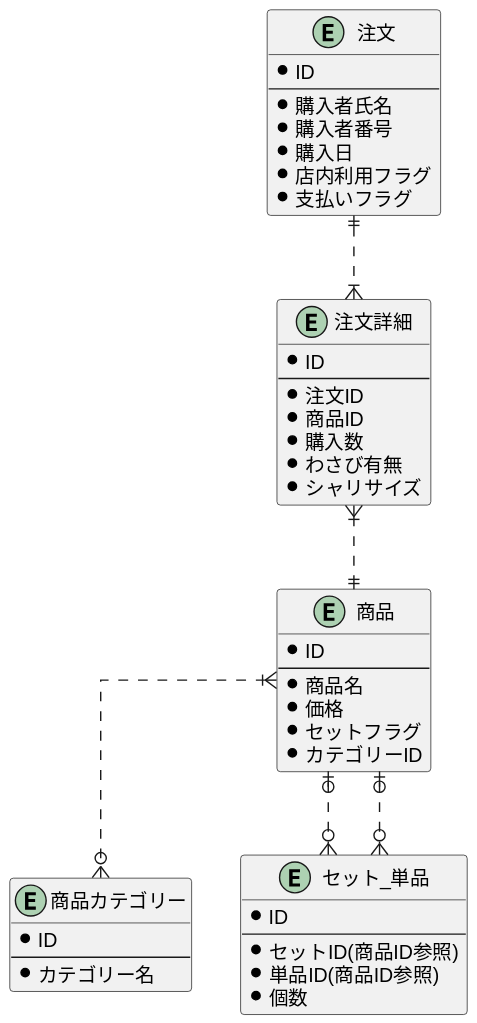
Before: DB/01/ER.svg, a diagram exported from PlantUML (yudai64/PrAha-Challenge).
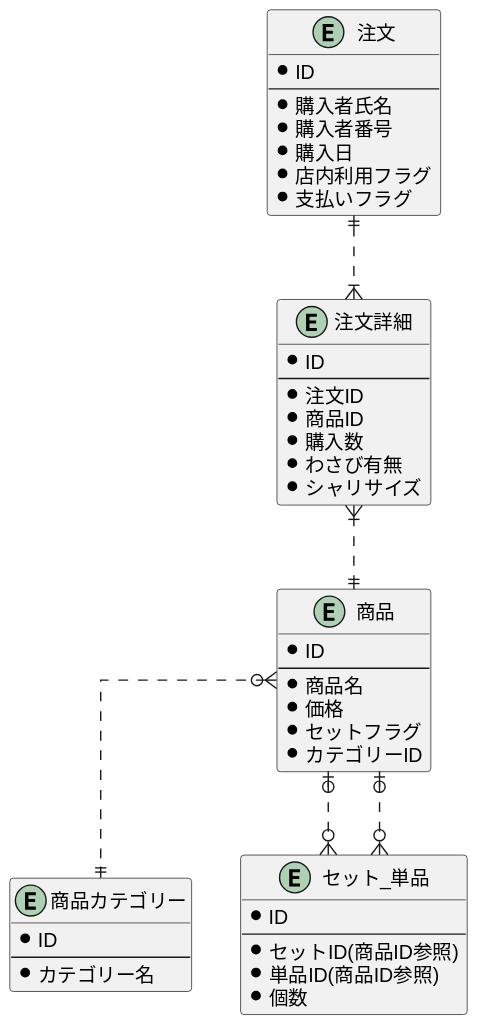
The same diagram one commit later.

Commit message:
リレーション修正

Diff of the diagram source:
```diff
@@ -48,7 +48,7 @@
 
 注文 ||..|{ 注文詳細
 注文詳細 }|..|| 商品
-商品 }|..o{ 商品カテゴリー
+商品 }o..|| 商品カテゴリー
 商品 |o..o{ セット_単品
 商品 |o..o{ セット_単品
 
```
